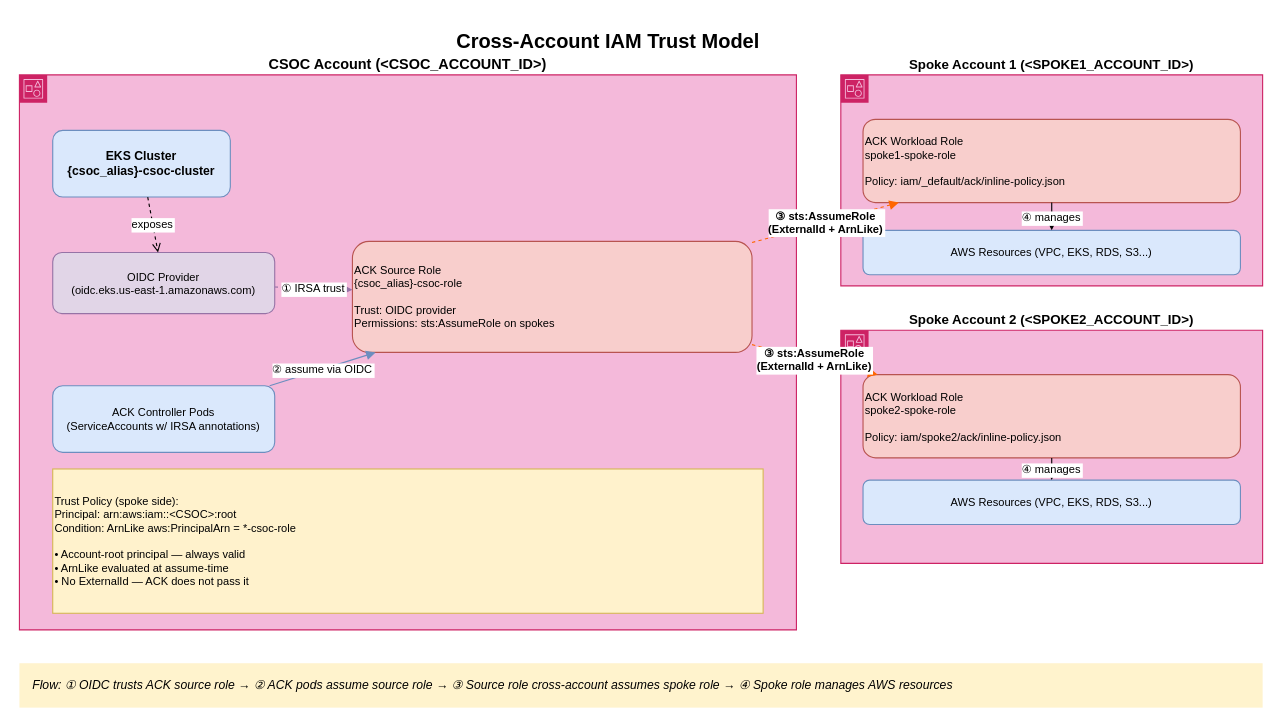
indiana-university/gen3-kro keeps this draw.io diagram as docs/diagrams/cross-account-trust.drawio. Above is the earlier version. Source tidied: cells renumbered, new cells numbered last; positions are measured from the earlier drawing's top-left corner, leaving out a move shared by most shapes. Both pictures are drawn from the tidied source at 111%, with x=0, y=0 at pixel (19, 19).
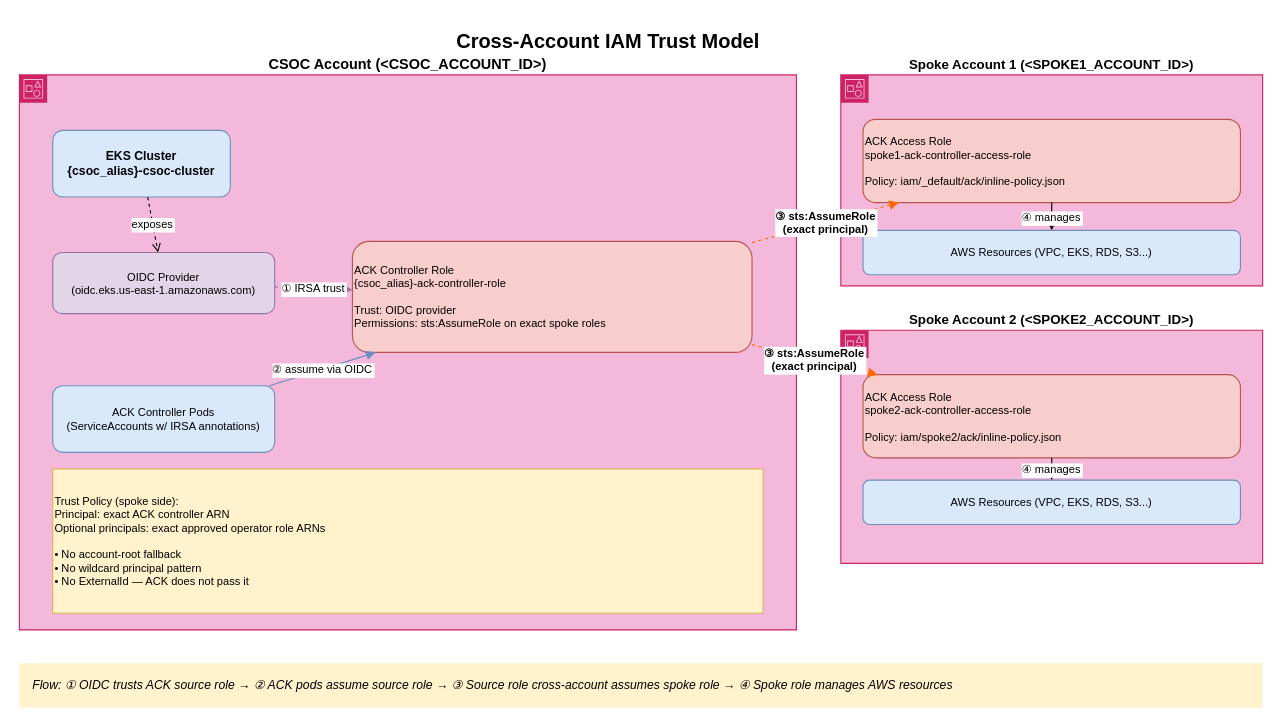
After the change.

The change refers to these unchanged cells:
```xml
<mxCell id="3" value="CSOC Account (&lt;CSOC_ACCOUNT_ID&gt;)" style="shape=mxgraph.aws4.group;grIcon=mxgraph.aws4.group_account;strokeColor=#CD2264;fillColor=#F4B9DA;verticalLabelPosition=top;align=center;verticalAlign=bottom;spacingTop=25;fontSize=13;fontStyle=1;labelBackgroundColor=none;fontColor=#000000;" parent="1" vertex="1">
  <mxGeometry y="50" width="700" height="500" as="geometry" />
</mxCell>
<mxCell id="12" value="Spoke Account 1 (&lt;SPOKE1_ACCOUNT_ID&gt;)" style="shape=mxgraph.aws4.group;grIcon=mxgraph.aws4.group_account;strokeColor=#CD2264;fillColor=#F4B9DA;verticalLabelPosition=top;align=center;verticalAlign=bottom;spacingTop=25;fontSize=12;fontStyle=1;labelBackgroundColor=none;fontColor=#000000;" parent="1" vertex="1">
  <mxGeometry x="740" y="50" width="380" height="190" as="geometry" />
</mxCell>
<mxCell id="16" value="Spoke Account 2 (&lt;SPOKE2_ACCOUNT_ID&gt;)" style="shape=mxgraph.aws4.group;grIcon=mxgraph.aws4.group_account;strokeColor=#CD2264;fillColor=#F4B9DA;verticalLabelPosition=top;align=center;verticalAlign=bottom;spacingTop=25;fontSize=12;fontStyle=1;labelBackgroundColor=#FFFFFF;fontColor=#000000;" parent="1" vertex="1">
  <mxGeometry x="740" y="280" width="380" height="210" as="geometry" />
</mxCell>
```

Change to the diagram source:
```diff
@@
-    <mxCell id="7" value="ACK Source Role&#10;{csoc_alias}-csoc-role&#10;&#10;Trust: OIDC provider&#10;Permissions: sts:AssumeRole on spokes" style="rounded=1;whiteSpace=wrap;fillColor=#f8cecc;strokeColor=#b85450;fontSize=10;align=left;fontColor=#000000;" parent="3" vertex="1">
+    <mxCell id="7" value="ACK Controller Role&#10;{csoc_alias}-ack-controller-role&#10;&#10;Trust: OIDC provider&#10;Permissions: sts:AssumeRole on exact spoke roles" style="rounded=1;whiteSpace=wrap;fillColor=#f8cecc;strokeColor=#b85450;fontSize=10;align=left;fontColor=#000000;" parent="3" vertex="1">
       <mxGeometry x="300" y="150" width="360" height="100" as="geometry" />
     </mxCell>
-    <mxCell id="8" value="Trust Policy (spoke side):&#10;Principal: arn:aws:iam::&lt;CSOC&gt;:root&#10;Condition: ArnLike aws:PrincipalArn = *-csoc-role&#10;&#10;• Account-root principal — always valid&#10;• ArnLike evaluated at assume-time&#10;• No ExternalId — ACK does not pass it" style="rounded=0;whiteSpace=wrap;fillColor=#fff2cc;strokeColor=#d6b656;fontSize=10;align=left;fontColor=#000000;" parent="3" vertex="1">
+    <mxCell id="8" value="Trust Policy (spoke side):&#10;Principal: exact ACK controller ARN&#10;Optional principals: exact approved operator role ARNs&#10;&#10;• No account-root fallback&#10;• No wildcard principal pattern&#10;• No ExternalId — ACK does not pass it" style="rounded=0;whiteSpace=wrap;fillColor=#fff2cc;strokeColor=#d6b656;fontSize=10;align=left;fontColor=#000000;" parent="3" vertex="1">
       <mxGeometry x="30" y="355" width="640" height="130" as="geometry" />
     </mxCell>
@@
-    <mxCell id="13" value="ACK Workload Role&#10;spoke1-spoke-role&#10;&#10;Policy: iam/_default/ack/inline-policy.json" style="rounded=1;whiteSpace=wrap;fillColor=#f8cecc;strokeColor=#b85450;fontSize=10;align=left;fontColor=#000000;" parent="12" vertex="1">
+    <mxCell id="13" value="ACK Access Role&#10;spoke1-ack-controller-access-role&#10;&#10;Policy: iam/_default/ack/inline-policy.json" style="rounded=1;whiteSpace=wrap;fillColor=#f8cecc;strokeColor=#b85450;fontSize=10;align=left;fontColor=#000000;" parent="12" vertex="1">
       <mxGeometry x="20" y="40" width="340" height="75" as="geometry" />
     </mxCell>
@@
-    <mxCell id="17" value="ACK Workload Role&#10;spoke2-spoke-role&#10;&#10;Policy: iam/spoke2/ack/inline-policy.json" style="rounded=1;whiteSpace=wrap;fillColor=#f8cecc;strokeColor=#b85450;fontSize=10;align=left;fontColor=#000000;" parent="16" vertex="1">
+    <mxCell id="17" value="ACK Access Role&#10;spoke2-ack-controller-access-role&#10;&#10;Policy: iam/spoke2/ack/inline-policy.json" style="rounded=1;whiteSpace=wrap;fillColor=#f8cecc;strokeColor=#b85450;fontSize=10;align=left;fontColor=#000000;" parent="16" vertex="1">
       <mxGeometry x="20" y="40" width="340" height="75" as="geometry" />
     </mxCell>
@@
-    <mxCell id="20" value="③ sts:AssumeRole&#10;(ExternalId + ArnLike)" style="endArrow=block;endFill=1;dashed=1;strokeColor=#FF6600;fontColor=#000000;fontSize=10;fontStyle=1;labelBackgroundColor=#FFFFFF;" parent="1" edge="1" source="7" target="13">
+    <mxCell id="20" value="③ sts:AssumeRole&#10;(exact principal)" style="endArrow=block;endFill=1;dashed=1;strokeColor=#FF6600;fontColor=#000000;fontSize=10;fontStyle=1;labelBackgroundColor=#FFFFFF;" parent="1" edge="1" source="7" target="13">
       <mxGeometry relative="1" as="geometry" />
     </mxCell>
-    <mxCell id="21" value="③ sts:AssumeRole&#10;(ExternalId + ArnLike)" style="endArrow=block;endFill=1;dashed=1;strokeColor=#FF6600;fontColor=#000000;fontSize=10;fontStyle=1;labelBackgroundColor=#FFFFFF;" parent="1" edge="1" source="7" target="17">
+    <mxCell id="21" value="③ sts:AssumeRole&#10;(exact principal)" style="endArrow=block;endFill=1;dashed=1;strokeColor=#FF6600;fontColor=#000000;fontSize=10;fontStyle=1;labelBackgroundColor=#FFFFFF;" parent="1" edge="1" source="7" target="17">
       <mxGeometry relative="1" as="geometry" />
     </mxCell>
```
